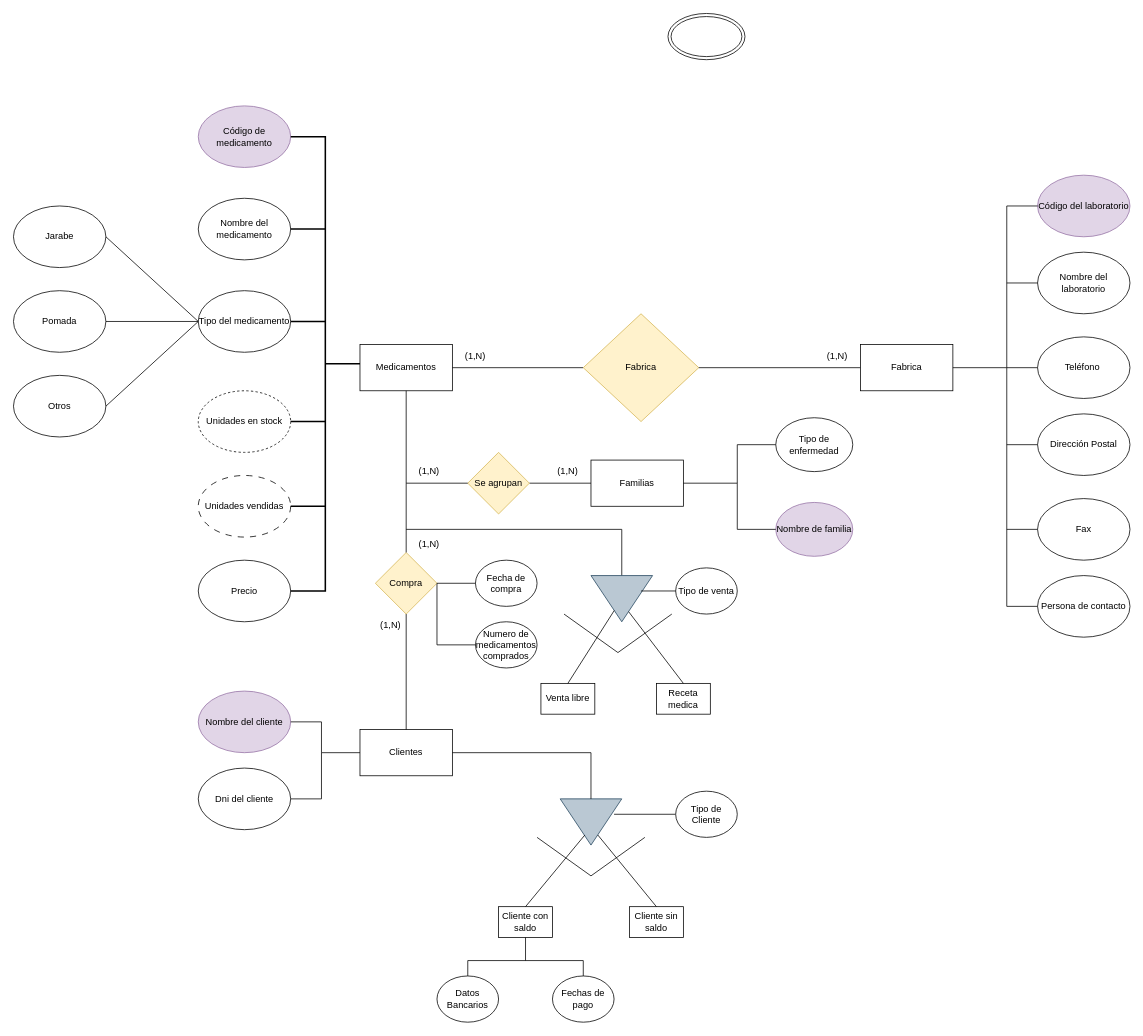
Before: Diagrama entidad relacion farmacia.drawio in alu0101101507/ADBD, a draw.io diagram. Source tidied: cells renumbered, new cells numbered last; positions are measured from the earlier drawing's top-left corner, leaving out a move shared by most shapes. Both pictures are drawn from the tidied source at 77%, with x=0, y=0 at pixel (13, 13).
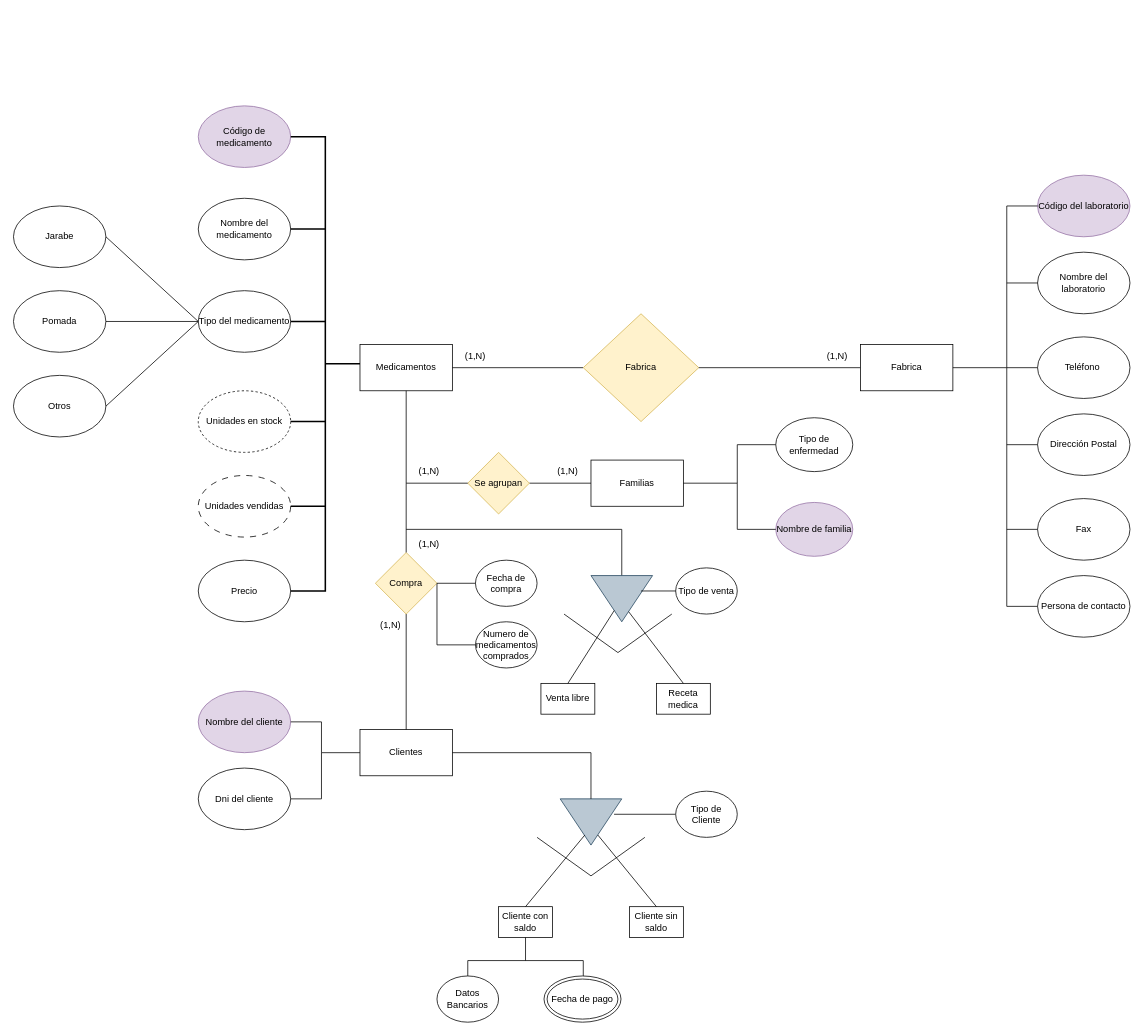
After the change.

Change to the diagram source:
```diff
@@
-    <mxCell id="9" style="ellipse;shape=doubleEllipse;whiteSpace=wrap;html=1;" parent="1" vertex="1">
-      <mxGeometry x="850" width="100" height="60" as="geometry" />
-    </mxCell>
@@
-    <mxCell id="69" value="Fechas de pago" style="ellipse;whiteSpace=wrap;html=1;" parent="1" vertex="1">
-      <mxGeometry x="700" y="1250" width="80" height="60" as="geometry" />
-    </mxCell>
@@
-    <mxCell id="73" style="endArrow=none;html=1;rounded=0;entryX=0.5;entryY=0;entryDx=0;entryDy=0;" parent="1" edge="1" target="69">
+    <mxCell id="73" style="endArrow=none;html=1;rounded=0;entryX=0.5;entryY=0;entryDx=0;entryDy=0;" parent="1" edge="1">
       <mxGeometry relative="1" as="geometry">
         <mxPoint x="740" y="1230" as="sourcePoint" />
+        <mxPoint x="740" y="1250" as="targetPoint" />
       </mxGeometry>
     </mxCell>
@@
+    <mxCell id="100" value="Fecha de pago" style="ellipse;shape=doubleEllipse;whiteSpace=wrap;html=1;" parent="1" vertex="1">
+      <mxGeometry x="689" y="1250" width="100" height="60" as="geometry" />
+    </mxCell>
```
